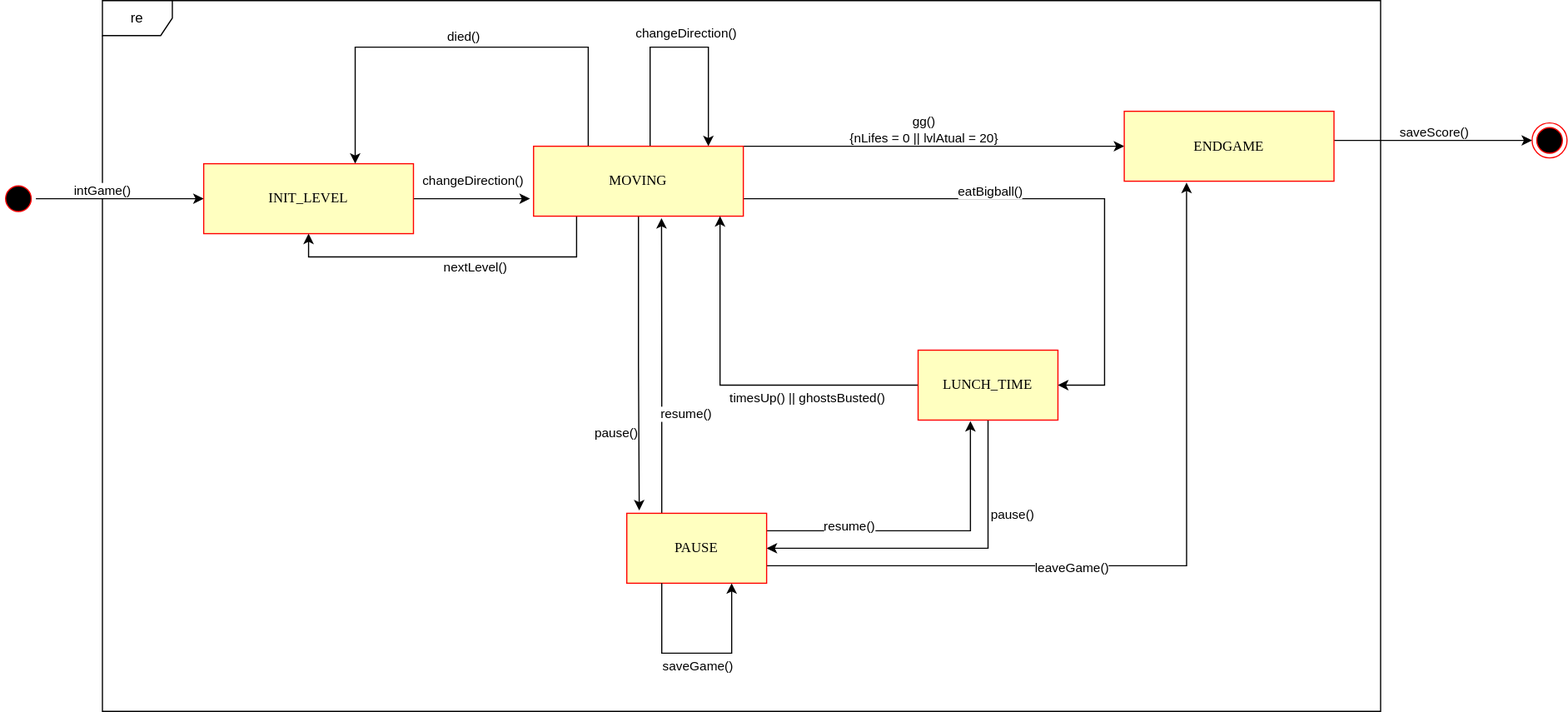
Earlier version of the draw.io export State_Diagram.svg (EdEquinox/PAC-MANo). Source tidied: cells renumbered, new cells last; positions are measured from the earlier drawing's top-left corner, leaving out a move shared by most shapes.
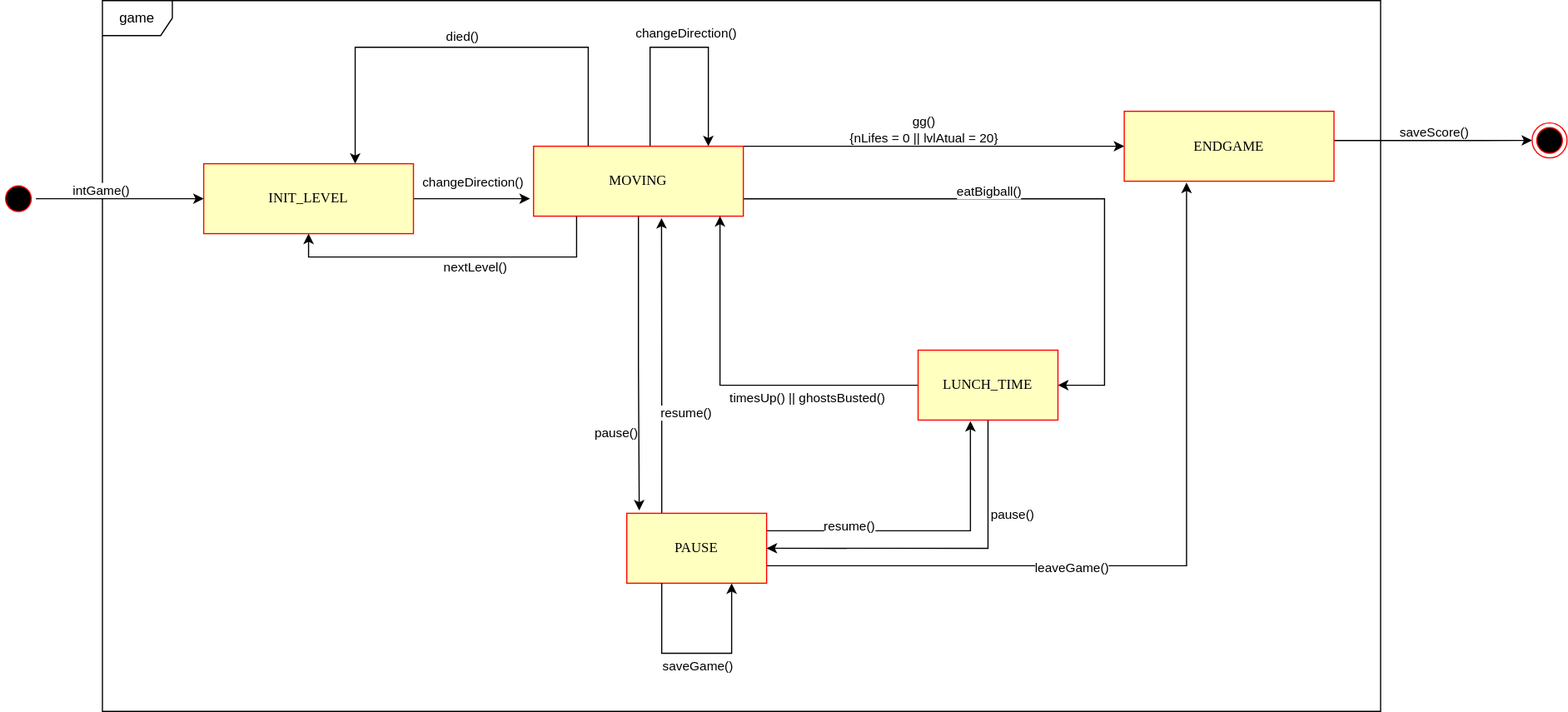
Above is the later version.

The edit, as a diff of the source:
```diff
@@ -2,7 +2,7 @@
   <root>
     <mxCell id="0" />
     <mxCell id="1" parent="0" />
-    <mxCell id="2" value="re" style="shape=umlFrame;whiteSpace=wrap;html=1;" parent="1" vertex="1">
+    <mxCell id="2" value="game" style="shape=umlFrame;whiteSpace=wrap;html=1;" parent="1" vertex="1">
       <mxGeometry x="87.1" width="1096.9" height="610" as="geometry" />
     </mxCell>
     <mxCell id="3" style="edgeStyle=orthogonalEdgeStyle;jettySize=auto;html=1;exitX=0.5;exitY=0;exitDx=0;exitDy=0;entryX=0;entryY=0.5;entryDx=0;entryDy=0;rounded=0;" parent="1" edge="1" source="5">
```
